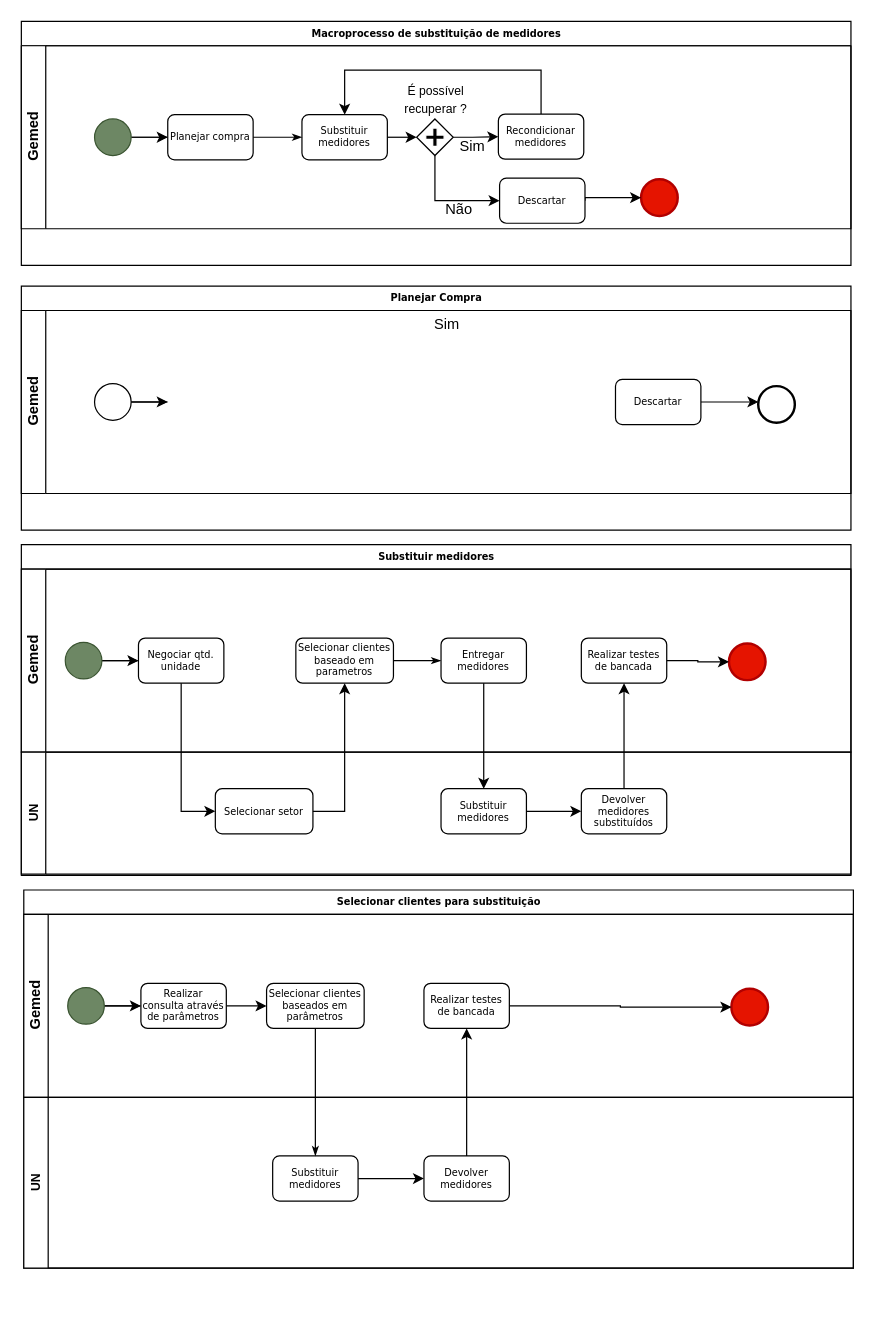
Mirko-Morais/Mestrado keeps this draw.io diagram as page "AS IS" (1 of 2) of Problemas Mestrado/Processos/variaveis substituição medidor.drawio. Above is the earlier version. Source tidied: cells renumbered, new cells numbered last; positions are measured from the earlier drawing's top-left corner, leaving out a move shared by most shapes. Both pictures are drawn from the tidied source at 122%, with x=0, y=0 at pixel (21, 21).
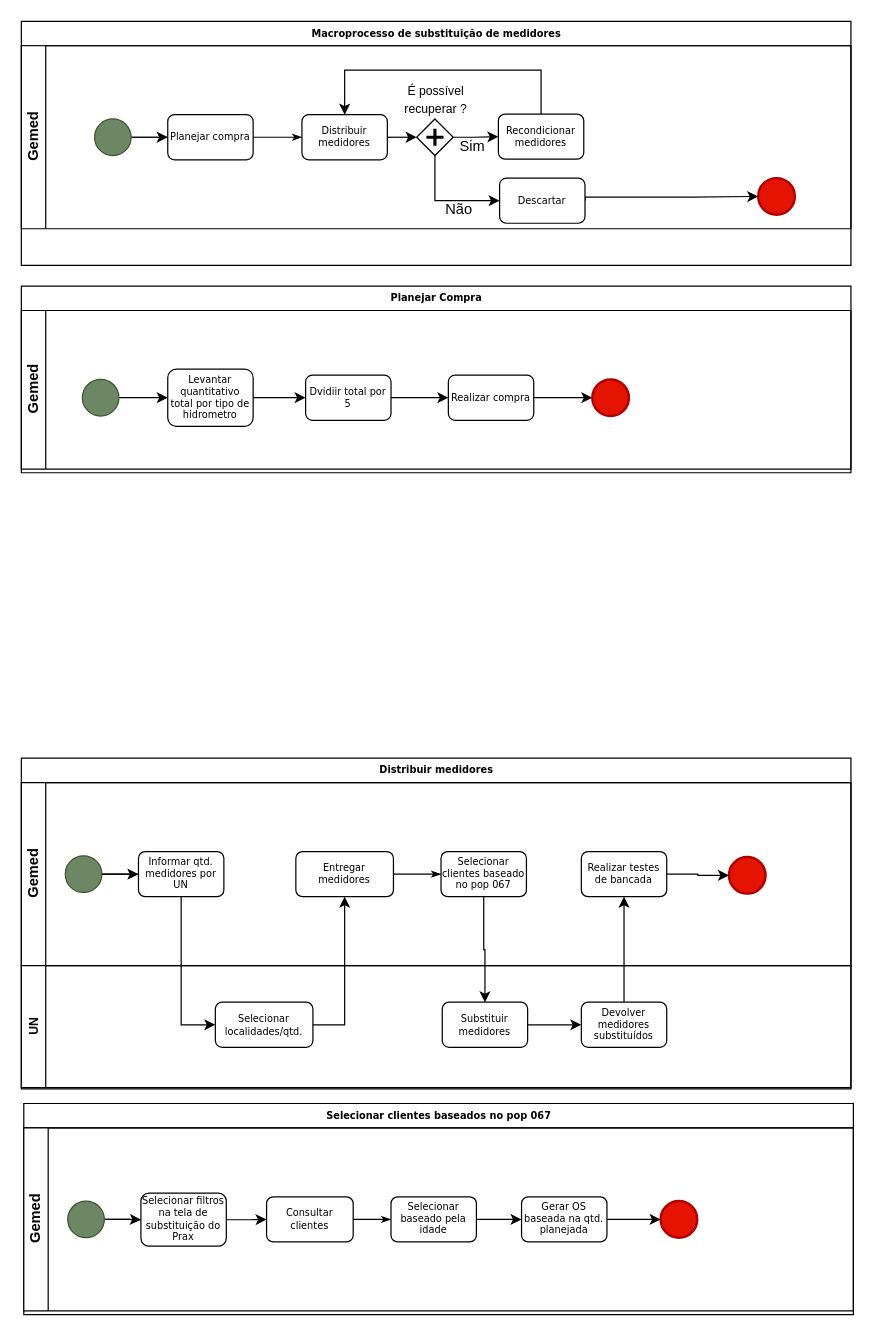
The same diagram, later.

Unchanged cells that the change refers to:
```xml
<mxCell id="3" value="Gemed" style="swimlane;html=1;startSize=20;horizontal=0;" parent="2" vertex="1">
  <mxGeometry y="20" width="680" height="150" as="geometry" />
</mxCell>
<mxCell id="20" value="Descartar" style="rounded=1;whiteSpace=wrap;html=1;shadow=0;labelBackgroundColor=none;strokeWidth=1;fontFamily=Verdana;fontSize=8;align=center;" parent="1" vertex="1">
  <mxGeometry x="392" y="128.5" width="70" height="37" as="geometry" />
</mxCell>
<mxCell id="32" value="Gemed" style="swimlane;html=1;startSize=20;horizontal=0;" parent="31" vertex="1">
  <mxGeometry y="20" width="680" height="150" as="geometry" />
</mxCell>
<mxCell id="43" value="UN" style="swimlane;horizontal=0;whiteSpace=wrap;html=1;fontSize=10;startSize=20;" parent="31" vertex="1">
  <mxGeometry y="170" width="680" height="100" as="geometry" />
</mxCell>
<mxCell id="53" value="Gemed" style="swimlane;html=1;startSize=20;horizontal=0;" parent="52" vertex="1">
  <mxGeometry y="20" width="680" height="150" as="geometry" />
</mxCell>
```

The edit, as a diff of the source:
```diff
@@
-    <mxCell id="9" value="Substituir medidores" style="rounded=1;whiteSpace=wrap;html=1;shadow=0;labelBackgroundColor=none;strokeWidth=1;fontFamily=Verdana;fontSize=8;align=center;" parent="3" vertex="1">
+    <mxCell id="9" value="Distribuir medidores" style="rounded=1;whiteSpace=wrap;html=1;shadow=0;labelBackgroundColor=none;strokeWidth=1;fontFamily=Verdana;fontSize=8;align=center;" parent="3" vertex="1">
       <mxGeometry x="230" y="56.5" width="70" height="37" as="geometry" />
     </mxCell>
@@
     <mxCell id="11" style="ellipse;whiteSpace=wrap;html=1;rounded=0;shadow=0;labelBackgroundColor=none;strokeWidth=2;fontFamily=Verdana;fontSize=8;align=center;fillColor=#e51400;fontColor=#ffffff;strokeColor=#B20000;" parent="3" vertex="1">
-      <mxGeometry x="508" y="109.5" width="30" height="30" as="geometry" />
+      <mxGeometry x="604" y="108.5" width="30" height="30" as="geometry" />
     </mxCell>
@@
     <mxCell id="19" style="edgeStyle=orthogonalEdgeStyle;rounded=0;jettySize=auto;html=1;exitX=1;exitY=0.5;exitDx=0;exitDy=0;entryX=0;entryY=0.5;entryDx=0;entryDy=0;" parent="1" edge="1" source="20" target="11">
       <mxGeometry relative="1" as="geometry">
         <Array as="points">
           <mxPoint x="462" y="144" />
+          <mxPoint x="550" y="144" />
         </Array>
       </mxGeometry>
     </mxCell>
@@
     <mxCell id="22" value="Planejar Compra" style="swimlane;html=1;horizontal=1;startSize=20;rounded=0;shadow=0;labelBackgroundColor=none;strokeWidth=1;fontFamily=Verdana;fontSize=8;align=center;" parent="1" vertex="1">
-      <mxGeometry y="217" width="680" height="200" as="geometry" />
+      <mxGeometry y="217" width="680" height="153" as="geometry" />
     </mxCell>
     <mxCell id="23" value="Gemed" style="swimlane;html=1;startSize=20;horizontal=0;" parent="22" vertex="1">
-      <mxGeometry y="20" width="680" height="150" as="geometry" />
+      <mxGeometry y="20" width="680" height="130" as="geometry" />
     </mxCell>
-    <mxCell id="24" style="edgeStyle=orthogonalEdgeStyle;rounded=0;html=1;labelBackgroundColor=none;startArrow=none;startFill=0;startSize=5;endArrow=classicThin;endFill=1;endSize=5;jettySize=auto;strokeWidth=1;fontFamily=Verdana;fontSize=8;" parent="23" edge="1" source="26">
-      <mxGeometry relative="1" as="geometry">
-        <mxPoint x="120" y="75" as="targetPoint" />
-      </mxGeometry>
-    </mxCell>
-    <mxCell id="25" style="edgeStyle=orthogonalEdgeStyle;rounded=0;jettySize=auto;html=1;" parent="23" edge="1" source="26">
-      <mxGeometry relative="1" as="geometry">
-        <mxPoint x="120" y="75" as="targetPoint" />
-      </mxGeometry>
-    </mxCell>
-    <mxCell id="26" style="ellipse;whiteSpace=wrap;html=1;rounded=0;shadow=0;labelBackgroundColor=none;strokeWidth=1;fontFamily=Verdana;fontSize=8;align=center;" parent="23" vertex="1">
-      <mxGeometry x="60" y="60" width="30" height="30" as="geometry" />
-    </mxCell>
-    <mxCell id="27" style="ellipse;whiteSpace=wrap;html=1;rounded=0;shadow=0;labelBackgroundColor=none;strokeWidth=2;fontFamily=Verdana;fontSize=8;align=center;" parent="23" vertex="1">
-      <mxGeometry x="604" y="62" width="30" height="30" as="geometry" />
-    </mxCell>
-    <mxCell id="28" value="Sim" style="text;html=1;strokeColor=none;fillColor=none;align=center;verticalAlign=middle;whiteSpace=wrap;rounded=0;" parent="23" vertex="1">
-      <mxGeometry x="319" y="2" width="60" height="20" as="geometry" />
-    </mxCell>
-    <mxCell id="29" style="edgeStyle=orthogonalEdgeStyle;rounded=0;jettySize=auto;html=1;" parent="1" edge="1" source="30" target="27">
-      <mxGeometry relative="1" as="geometry">
-        <Array as="points">
-          <mxPoint x="619" y="314" />
-        </Array>
-      </mxGeometry>
-    </mxCell>
+    <mxCell id="69" value="Levantar quantitativo total por tipo de hidrometro" style="rounded=1;whiteSpace=wrap;html=1;shadow=0;labelBackgroundColor=none;strokeWidth=1;fontFamily=Verdana;fontSize=8;align=center;" parent="23" vertex="1">
+      <mxGeometry x="120" y="48" width="70" height="47" as="geometry" />
+    </mxCell>
+    <mxCell id="70" style="edgeStyle=orthogonalEdgeStyle;rounded=0;jettySize=auto;html=1;entryX=0;entryY=0.5;entryDx=0;entryDy=0;" parent="23" edge="1" source="30" target="71">
+      <mxGeometry relative="1" as="geometry" />
+    </mxCell>
-    <mxCell id="30" value="Descartar" style="rounded=1;whiteSpace=wrap;html=1;shadow=0;labelBackgroundColor=none;strokeWidth=1;fontFamily=Verdana;fontSize=8;align=center;" parent="1" vertex="1">
-      <mxGeometry x="487" y="293.5" width="70" height="37" as="geometry" />
+    <mxCell id="30" value="Realizar compra" style="rounded=1;whiteSpace=wrap;html=1;shadow=0;labelBackgroundColor=none;strokeWidth=1;fontFamily=Verdana;fontSize=8;align=center;" parent="23" vertex="1">
+      <mxGeometry x="350" y="53" width="70" height="37" as="geometry" />
     </mxCell>
+    <mxCell id="71" style="ellipse;whiteSpace=wrap;html=1;rounded=0;shadow=0;labelBackgroundColor=none;strokeWidth=2;fontFamily=Verdana;fontSize=8;align=center;fillColor=#e51400;fontColor=#ffffff;strokeColor=#B20000;" parent="23" vertex="1">
+      <mxGeometry x="468" y="56.5" width="30" height="30" as="geometry" />
+    </mxCell>
+    <mxCell id="72" style="edgeStyle=orthogonalEdgeStyle;rounded=0;jettySize=auto;html=1;" parent="23" edge="1" source="73" target="69">
+      <mxGeometry relative="1" as="geometry" />
+    </mxCell>
+    <mxCell id="73" style="ellipse;whiteSpace=wrap;html=1;rounded=0;shadow=0;labelBackgroundColor=none;strokeWidth=1;fontFamily=Verdana;fontSize=8;align=center;fillColor=#6d8764;fontColor=#ffffff;strokeColor=#3A5431;" parent="23" vertex="1">
+      <mxGeometry x="50" y="56.5" width="30" height="30" as="geometry" />
+    </mxCell>
-    <mxCell id="31" value="Substituir medidores" style="swimlane;html=1;horizontal=1;startSize=20;rounded=0;shadow=0;labelBackgroundColor=none;strokeWidth=1;fontFamily=Verdana;fontSize=8;align=center;" parent="1" vertex="1">
-      <mxGeometry y="429" width="680" height="271" as="geometry" />
+    <mxCell id="31" value="Distribuir medidores" style="swimlane;html=1;horizontal=1;startSize=20;rounded=0;shadow=0;labelBackgroundColor=none;strokeWidth=1;fontFamily=Verdana;fontSize=8;align=center;" parent="1" vertex="1">
+      <mxGeometry y="604" width="680" height="271" as="geometry" />
     </mxCell>
@@
-    <mxCell id="36" value="Negociar qtd. unidade" style="rounded=1;whiteSpace=wrap;html=1;shadow=0;labelBackgroundColor=none;strokeWidth=1;fontFamily=Verdana;fontSize=8;align=center;" parent="32" vertex="1">
+    <mxCell id="36" value="Informar qtd. medidores por UN" style="rounded=1;whiteSpace=wrap;html=1;shadow=0;labelBackgroundColor=none;strokeWidth=1;fontFamily=Verdana;fontSize=8;align=center;" parent="32" vertex="1">
       <mxGeometry x="96" y="56.5" width="70" height="37" as="geometry" />
     </mxCell>
-    <mxCell id="37" value="Selecionar clientes baseado em parametros" style="rounded=1;whiteSpace=wrap;html=1;shadow=0;labelBackgroundColor=none;strokeWidth=1;fontFamily=Verdana;fontSize=8;align=center;" parent="32" vertex="1">
+    <mxCell id="37" value="Entregar medidores" style="rounded=1;whiteSpace=wrap;html=1;shadow=0;labelBackgroundColor=none;strokeWidth=1;fontFamily=Verdana;fontSize=8;align=center;" parent="32" vertex="1">
       <mxGeometry x="225" y="56.5" width="80" height="37" as="geometry" />
     </mxCell>
@@
-    <mxCell id="40" value="Entregar medidores" style="rounded=1;whiteSpace=wrap;html=1;shadow=0;labelBackgroundColor=none;strokeWidth=1;fontFamily=Verdana;fontSize=8;align=center;" parent="32" vertex="1">
+    <mxCell id="40" value="Selecionar clientes baseado no pop 067" style="rounded=1;whiteSpace=wrap;html=1;shadow=0;labelBackgroundColor=none;strokeWidth=1;fontFamily=Verdana;fontSize=8;align=center;" parent="32" vertex="1">
       <mxGeometry x="344" y="56.5" width="70" height="37" as="geometry" />
     </mxCell>
@@
-    <mxCell id="44" value="Selecionar setor" style="rounded=1;whiteSpace=wrap;html=1;shadow=0;labelBackgroundColor=none;strokeWidth=1;fontFamily=Verdana;fontSize=8;align=center;" parent="43" vertex="1">
+    <mxCell id="44" value="Selecionar localidades/qtd." style="rounded=1;whiteSpace=wrap;html=1;shadow=0;labelBackgroundColor=none;strokeWidth=1;fontFamily=Verdana;fontSize=8;align=center;" parent="43" vertex="1">
       <mxGeometry x="159" y="30" width="80" height="37" as="geometry" />
     </mxCell>
     <mxCell id="45" value="Substituir medidores" style="rounded=1;whiteSpace=wrap;html=1;shadow=0;labelBackgroundColor=none;strokeWidth=1;fontFamily=Verdana;fontSize=8;align=center;" parent="43" vertex="1">
-      <mxGeometry x="344" y="30" width="70" height="37" as="geometry" />
+      <mxGeometry x="345" y="30" width="70" height="37" as="geometry" />
     </mxCell>
@@
     <mxCell id="50" value="Devolver medidores substituídos" style="rounded=1;whiteSpace=wrap;html=1;shadow=0;labelBackgroundColor=none;strokeWidth=1;fontFamily=Verdana;fontSize=8;align=center;" parent="1" vertex="1">
-      <mxGeometry x="459" y="629" width="70" height="37" as="geometry" />
+      <mxGeometry x="459" y="804" width="70" height="37" as="geometry" />
     </mxCell>
@@
-    <mxCell id="52" value="Selecionar clientes para substituição" style="swimlane;html=1;horizontal=1;startSize=20;rounded=0;shadow=0;labelBackgroundColor=none;strokeWidth=1;fontFamily=Verdana;fontSize=8;align=center;" parent="1" vertex="1">
-      <mxGeometry x="2" y="712" width="680" height="310" as="geometry" />
+    <mxCell id="52" value="Selecionar clientes baseados no pop 067" style="swimlane;html=1;horizontal=1;startSize=20;rounded=0;shadow=0;labelBackgroundColor=none;strokeWidth=1;fontFamily=Verdana;fontSize=8;align=center;" parent="1" vertex="1">
+      <mxGeometry x="2" y="887" width="680" height="173" as="geometry" />
     </mxCell>
@@
-    <mxCell id="57" style="edgeStyle=orthogonalEdgeStyle;rounded=0;jettySize=auto;html=1;exitX=1;exitY=0.5;exitDx=0;exitDy=0;entryX=0;entryY=0.5;entryDx=0;entryDy=0;" parent="53" edge="1" source="58" target="59">
+    <mxCell id="57" style="edgeStyle=orthogonalEdgeStyle;rounded=0;jettySize=auto;html=1;" parent="53" edge="1" source="58" target="59">
       <mxGeometry relative="1" as="geometry" />
     </mxCell>
-    <mxCell id="58" value="Realizar consulta através de parâmetros" style="rounded=1;whiteSpace=wrap;html=1;shadow=0;labelBackgroundColor=none;strokeWidth=1;fontFamily=Verdana;fontSize=8;align=center;" parent="53" vertex="1">
-      <mxGeometry x="96" y="56.5" width="70" height="37" as="geometry" />
+    <mxCell id="58" value="Selecionar filtros na tela de substituição do Prax" style="rounded=1;whiteSpace=wrap;html=1;shadow=0;labelBackgroundColor=none;strokeWidth=1;fontFamily=Verdana;fontSize=8;align=center;" parent="53" vertex="1">
+      <mxGeometry x="96" y="53.5" width="70" height="43.5" as="geometry" />
     </mxCell>
-    <mxCell id="59" value="Selecionar clientes baseados em parâmetros" style="rounded=1;whiteSpace=wrap;html=1;shadow=0;labelBackgroundColor=none;strokeWidth=1;fontFamily=Verdana;fontSize=8;align=center;" parent="53" vertex="1">
-      <mxGeometry x="199" y="56.5" width="80" height="37" as="geometry" />
+    <mxCell id="59" value="Consultar clientes " style="rounded=1;whiteSpace=wrap;html=1;shadow=0;labelBackgroundColor=none;strokeWidth=1;fontFamily=Verdana;fontSize=8;align=center;" parent="53" vertex="1">
+      <mxGeometry x="199" y="56.5" width="71" height="37" as="geometry" />
     </mxCell>
     <mxCell id="60" style="ellipse;whiteSpace=wrap;html=1;rounded=0;shadow=0;labelBackgroundColor=none;strokeWidth=2;fontFamily=Verdana;fontSize=8;align=center;fillColor=#e51400;fontColor=#ffffff;strokeColor=#B20000;" parent="53" vertex="1">
-      <mxGeometry x="580" y="61" width="30" height="30" as="geometry" />
+      <mxGeometry x="522" y="60" width="30" height="30" as="geometry" />
     </mxCell>
+    <mxCell id="67" style="edgeStyle=orthogonalEdgeStyle;rounded=0;html=1;labelBackgroundColor=none;startArrow=none;startFill=0;startSize=5;endArrow=classicThin;endFill=1;endSize=5;jettySize=auto;strokeWidth=1;fontFamily=Verdana;fontSize=8;" parent="53" edge="1" source="59" target="65">
+      <mxGeometry relative="1" as="geometry" />
+    </mxCell>
+    <mxCell id="74" style="edgeStyle=orthogonalEdgeStyle;rounded=0;jettySize=auto;html=1;fontSize=10;" parent="53" edge="1" source="65" target="62">
+      <mxGeometry relative="1" as="geometry" />
+    </mxCell>
+    <mxCell id="65" value="Selecionar baseado pela idade" style="rounded=1;whiteSpace=wrap;html=1;shadow=0;labelBackgroundColor=none;strokeWidth=1;fontFamily=Verdana;fontSize=8;align=center;" parent="53" vertex="1">
+      <mxGeometry x="301" y="56.5" width="70" height="37" as="geometry" />
+    </mxCell>
@@
-    <mxCell id="62" value="Realizar testes de bancada" style="rounded=1;whiteSpace=wrap;html=1;shadow=0;labelBackgroundColor=none;strokeWidth=1;fontFamily=Verdana;fontSize=8;align=center;" parent="53" vertex="1">
-      <mxGeometry x="328" y="56.5" width="70" height="37" as="geometry" />
+    <mxCell id="62" value="Gerar OS baseada na qtd. planejada" style="rounded=1;whiteSpace=wrap;html=1;shadow=0;labelBackgroundColor=none;strokeWidth=1;fontFamily=Verdana;fontSize=8;align=center;" parent="53" vertex="1">
+      <mxGeometry x="408" y="56.5" width="70" height="37" as="geometry" />
     </mxCell>
-    <mxCell id="63" value="UN" style="swimlane;horizontal=0;whiteSpace=wrap;html=1;fontSize=10;startSize=20;" parent="52" vertex="1">
-      <mxGeometry y="170" width="680" height="140" as="geometry" />
-    </mxCell>
-    <mxCell id="64" style="edgeStyle=orthogonalEdgeStyle;rounded=0;jettySize=auto;html=1;entryX=0;entryY=0.5;entryDx=0;entryDy=0;" parent="63" edge="1" source="65" target="66">
-      <mxGeometry relative="1" as="geometry" />
-    </mxCell>
-    <mxCell id="65" value="Substituir medidores" style="rounded=1;whiteSpace=wrap;html=1;shadow=0;labelBackgroundColor=none;strokeWidth=1;fontFamily=Verdana;fontSize=8;align=center;" parent="63" vertex="1">
-      <mxGeometry x="204" y="48" width="70" height="37" as="geometry" />
-    </mxCell>
-    <mxCell id="66" value="Devolver medidores" style="rounded=1;whiteSpace=wrap;html=1;shadow=0;labelBackgroundColor=none;strokeWidth=1;fontFamily=Verdana;fontSize=8;align=center;" parent="63" vertex="1">
-      <mxGeometry x="328" y="48" width="70" height="37" as="geometry" />
-    </mxCell>
-    <mxCell id="67" style="edgeStyle=orthogonalEdgeStyle;rounded=0;html=1;labelBackgroundColor=none;startArrow=none;startFill=0;startSize=5;endArrow=classicThin;endFill=1;endSize=5;jettySize=auto;strokeWidth=1;fontFamily=Verdana;fontSize=8;" parent="52" edge="1" source="59" target="65">
-      <mxGeometry relative="1" as="geometry" />
-    </mxCell>
-    <mxCell id="68" style="edgeStyle=orthogonalEdgeStyle;rounded=0;jettySize=auto;html=1;entryX=0.5;entryY=1;entryDx=0;entryDy=0;" parent="52" edge="1" source="66" target="62">
-      <mxGeometry relative="1" as="geometry" />
-    </mxCell>
+    <mxCell id="75" style="edgeStyle=orthogonalEdgeStyle;rounded=0;jettySize=auto;html=1;" parent="1" edge="1" source="76" target="30">
+      <mxGeometry relative="1" as="geometry" />
+    </mxCell>
+    <mxCell id="76" value="Dvidiir total por 5" style="rounded=1;whiteSpace=wrap;html=1;shadow=0;labelBackgroundColor=none;strokeWidth=1;fontFamily=Verdana;fontSize=8;align=center;" parent="1" vertex="1">
+      <mxGeometry x="233" y="290" width="70" height="37" as="geometry" />
+    </mxCell>
+    <mxCell id="77" style="edgeStyle=orthogonalEdgeStyle;rounded=0;jettySize=auto;html=1;" parent="1" edge="1" source="69" target="76">
+      <mxGeometry relative="1" as="geometry" />
+    </mxCell>
```
